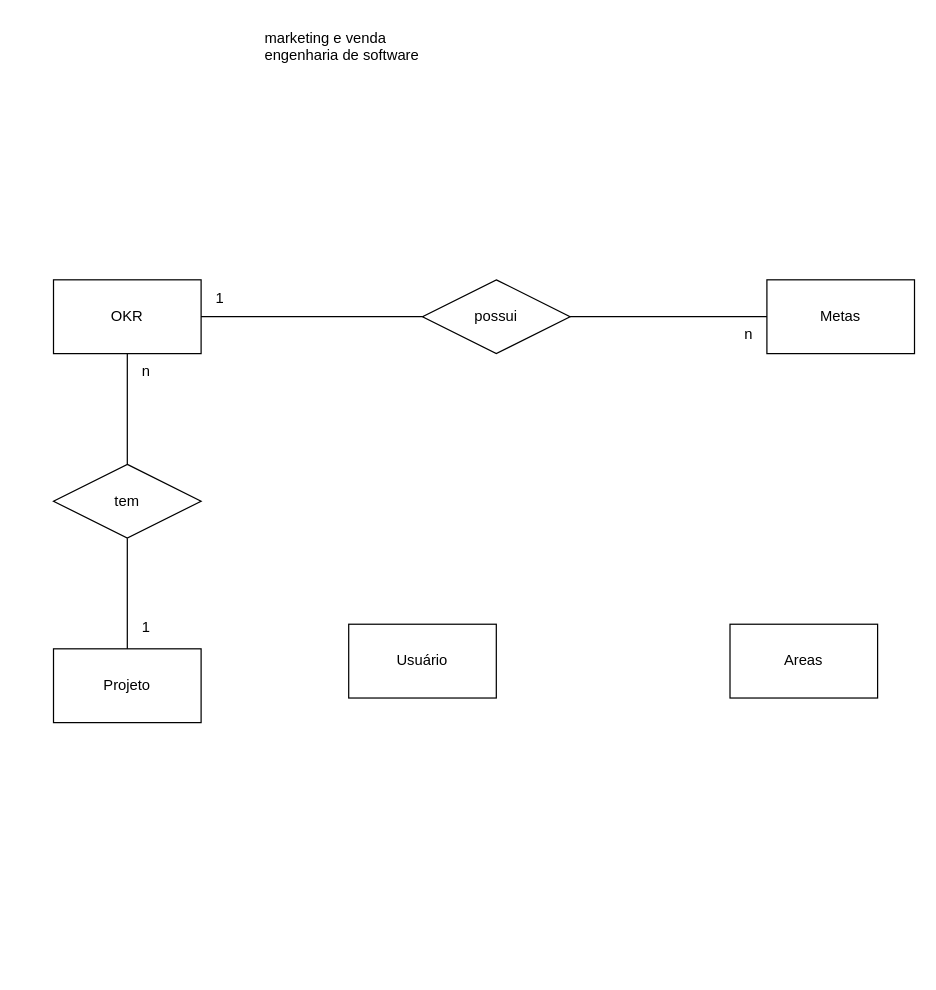
Before: page "Diagrama ER" (1 of 2) of backend/okr_diagram.drawio in Thiafa/project_okr, a draw.io diagram. Source tidied: cells renumbered, new cells numbered last; positions are measured from the earlier drawing's top-left corner, leaving out a move shared by most shapes. Both pictures are drawn from the tidied source at 123%, with x=0, y=0 at pixel (53, 21).
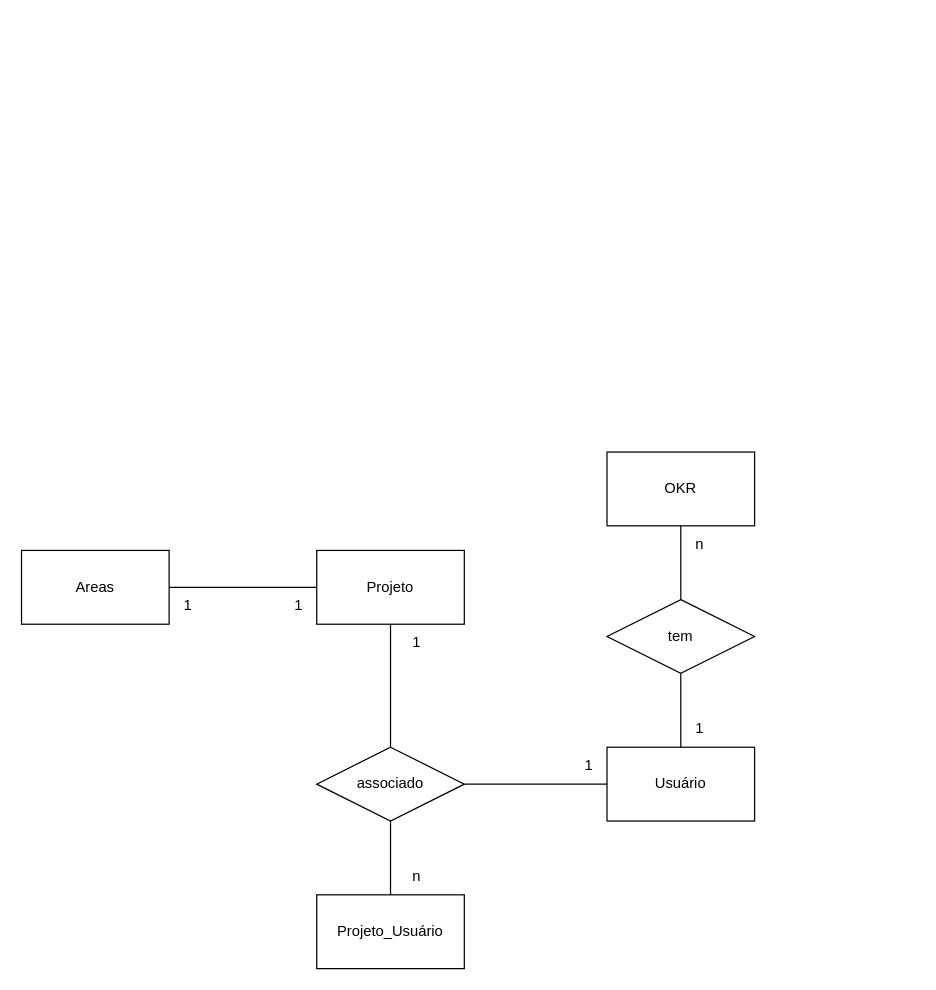
After the change.

Commit message:
Fix: okr's diagram

The edit, as a diff of the source:
```diff
@@
+    <mxCell id="5" value="Usuário" style="rounded=0;whiteSpace=wrap;html=1;" parent="1" vertex="1">
+      <mxGeometry x="450" y="590" width="120" height="60" as="geometry" />
+    </mxCell>
+    <mxCell id="10" value="Projeto" style="rounded=0;whiteSpace=wrap;html=1;" parent="1" vertex="1">
+      <mxGeometry x="214" y="430" width="120" height="60" as="geometry" />
+    </mxCell>
+    <mxCell id="16" value="Areas" style="rounded=0;whiteSpace=wrap;html=1;" parent="1" vertex="1">
+      <mxGeometry x="-26" y="430" width="120" height="60" as="geometry" />
+    </mxCell>
+    <mxCell id="18" value="associado" style="shape=rhombus;perimeter=rhombusPerimeter;whiteSpace=wrap;html=1;align=center;" parent="1" vertex="1">
+      <mxGeometry x="214" y="590" width="120" height="60" as="geometry" />
+    </mxCell>
+    <mxCell id="19" style="endArrow=none;html=1;rounded=0;exitX=0.5;exitY=1;exitDx=0;exitDy=0;entryX=0.5;entryY=0;entryDx=0;entryDy=0;" parent="1" edge="1" source="10" target="18">
+      <mxGeometry relative="1" as="geometry" />
+    </mxCell>
+    <mxCell id="20" style="endArrow=none;html=1;rounded=0;exitX=1;exitY=0.5;exitDx=0;exitDy=0;entryX=0;entryY=0.5;entryDx=0;entryDy=0;" parent="1" edge="1" source="18" target="5">
+      <mxGeometry relative="1" as="geometry" />
+    </mxCell>
+    <mxCell id="21" style="endArrow=none;html=1;rounded=0;exitX=1;exitY=0.5;exitDx=0;exitDy=0;entryX=0;entryY=0.5;entryDx=0;entryDy=0;" parent="1" edge="1" source="16" target="10">
+      <mxGeometry relative="1" as="geometry" />
+    </mxCell>
     <mxCell id="2" value="OKR" style="rounded=0;whiteSpace=wrap;html=1;" parent="1" vertex="1">
-      <mxGeometry y="210" width="120" height="60" as="geometry" />
+      <mxGeometry x="450" y="350" width="120" height="60" as="geometry" />
     </mxCell>
-    <mxCell id="3" value="Metas" style="rounded=0;whiteSpace=wrap;html=1;" parent="1" vertex="1">
-      <mxGeometry x="580" y="210" width="120" height="60" as="geometry" />
-    </mxCell>
-    <mxCell id="4" value="possui" style="shape=rhombus;perimeter=rhombusPerimeter;whiteSpace=wrap;html=1;align=center;" parent="1" vertex="1">
-      <mxGeometry x="300" y="210" width="120" height="60" as="geometry" />
-    </mxCell>
-    <mxCell id="5" value="Usuário" style="rounded=0;whiteSpace=wrap;html=1;" parent="1" vertex="1">
-      <mxGeometry x="240" y="490" width="120" height="60" as="geometry" />
-    </mxCell>
-    <mxCell id="6" style="endArrow=none;html=1;rounded=0;exitX=1;exitY=0.5;exitDx=0;exitDy=0;entryX=0;entryY=0.5;entryDx=0;entryDy=0;" parent="1" edge="1" source="2" target="4">
-      <mxGeometry relative="1" as="geometry" />
-    </mxCell>
-    <mxCell id="7" style="endArrow=none;html=1;rounded=0;exitX=1;exitY=0.5;exitDx=0;exitDy=0;entryX=0;entryY=0.5;entryDx=0;entryDy=0;" parent="1" edge="1" source="4" target="3">
-      <mxGeometry relative="1" as="geometry" />
-    </mxCell>
+    <mxCell id="22" value="n" style="text;html=1;align=center;verticalAlign=middle;strokeColor=none;fillColor=none;" parent="1" vertex="1">
+      <mxGeometry x="510" y="410" width="30" height="30" as="geometry" />
+    </mxCell>
@@
     <mxCell id="9" value="tem" style="shape=rhombus;perimeter=rhombusPerimeter;whiteSpace=wrap;html=1;align=center;" parent="1" vertex="1">
-      <mxGeometry y="360" width="120" height="60" as="geometry" />
+      <mxGeometry x="450" y="470" width="120" height="60" as="geometry" />
     </mxCell>
-    <mxCell id="10" value="Projeto" style="rounded=0;whiteSpace=wrap;html=1;" parent="1" vertex="1">
-      <mxGeometry y="510" width="120" height="60" as="geometry" />
-    </mxCell>
-    <mxCell id="11" style="endArrow=none;html=1;rounded=0;exitX=0.5;exitY=1;exitDx=0;exitDy=0;entryX=0.5;entryY=0;entryDx=0;entryDy=0;" parent="1" edge="1" source="9" target="10">
-      <mxGeometry relative="1" as="geometry" />
-    </mxCell>
-    <mxCell id="12" value="1" style="text;html=1;align=center;verticalAlign=middle;strokeColor=none;fillColor=none;" parent="1" vertex="1">
-      <mxGeometry x="60" y="478" width="30" height="30" as="geometry" />
-    </mxCell>
-    <mxCell id="13" value="n" style="text;html=1;align=center;verticalAlign=middle;strokeColor=none;fillColor=none;" parent="1" vertex="1">
-      <mxGeometry x="60" y="270" width="30" height="30" as="geometry" />
-    </mxCell>
-    <mxCell id="14" value="1" style="text;html=1;align=center;verticalAlign=middle;strokeColor=none;fillColor=none;" parent="1" vertex="1">
-      <mxGeometry x="120" y="210" width="30" height="30" as="geometry" />
-    </mxCell>
-    <mxCell id="15" value="n" style="text;html=1;align=center;verticalAlign=middle;strokeColor=none;fillColor=none;" parent="1" vertex="1">
-      <mxGeometry x="550" y="240" width="30" height="30" as="geometry" />
-    </mxCell>
-    <mxCell id="16" value="Areas" style="rounded=0;whiteSpace=wrap;html=1;" parent="1" vertex="1">
-      <mxGeometry x="550" y="490" width="120" height="60" as="geometry" />
-    </mxCell>
-    <mxCell id="17" value="marketing e venda&lt;br&gt;engenharia de software&lt;br&gt;" style="text;whiteSpace=wrap;html=1;" parent="1" vertex="1">
-      <mxGeometry x="170" width="260" height="40" as="geometry" />
-    </mxCell>
+    <mxCell id="23" value="1" style="text;html=1;align=center;verticalAlign=middle;strokeColor=none;fillColor=none;" parent="1" vertex="1">
+      <mxGeometry x="510" y="560" width="30" height="30" as="geometry" />
+    </mxCell>
+    <mxCell id="24" style="endArrow=none;html=1;rounded=0;entryX=0.5;entryY=0;entryDx=0;entryDy=0;exitX=0.5;exitY=1;exitDx=0;exitDy=0;" parent="1" edge="1" source="9" target="5">
+      <mxGeometry relative="1" as="geometry" />
+    </mxCell>
+    <mxCell id="25" value="1" style="text;html=1;align=center;verticalAlign=middle;strokeColor=none;fillColor=none;" parent="1" vertex="1">
+      <mxGeometry x="420" y="590" width="30" height="30" as="geometry" />
+    </mxCell>
+    <mxCell id="26" value="1" style="text;html=1;align=center;verticalAlign=middle;strokeColor=none;fillColor=none;" parent="1" vertex="1">
+      <mxGeometry x="280" y="490" width="30" height="30" as="geometry" />
+    </mxCell>
+    <mxCell id="27" value="Projeto_Usuário" style="rounded=0;whiteSpace=wrap;html=1;" parent="1" vertex="1">
+      <mxGeometry x="214" y="710" width="120" height="60" as="geometry" />
+    </mxCell>
+    <mxCell id="28" value="n" style="text;html=1;align=center;verticalAlign=middle;strokeColor=none;fillColor=none;" parent="1" vertex="1">
+      <mxGeometry x="280" y="680" width="30" height="30" as="geometry" />
+    </mxCell>
+    <mxCell id="29" style="endArrow=none;html=1;rounded=0;exitX=0.5;exitY=0;exitDx=0;exitDy=0;entryX=0.5;entryY=1;entryDx=0;entryDy=0;" parent="1" edge="1" source="27" target="18">
+      <mxGeometry relative="1" as="geometry" />
+    </mxCell>
+    <mxCell id="30" value="1" style="text;html=1;align=center;verticalAlign=middle;strokeColor=none;fillColor=none;" parent="1" vertex="1">
+      <mxGeometry x="94" y="460" width="30" height="30" as="geometry" />
+    </mxCell>
+    <mxCell id="31" value="1" style="text;html=1;align=center;verticalAlign=middle;strokeColor=none;fillColor=none;" parent="1" vertex="1">
+      <mxGeometry x="184" y="460" width="30" height="30" as="geometry" />
+    </mxCell>
```
